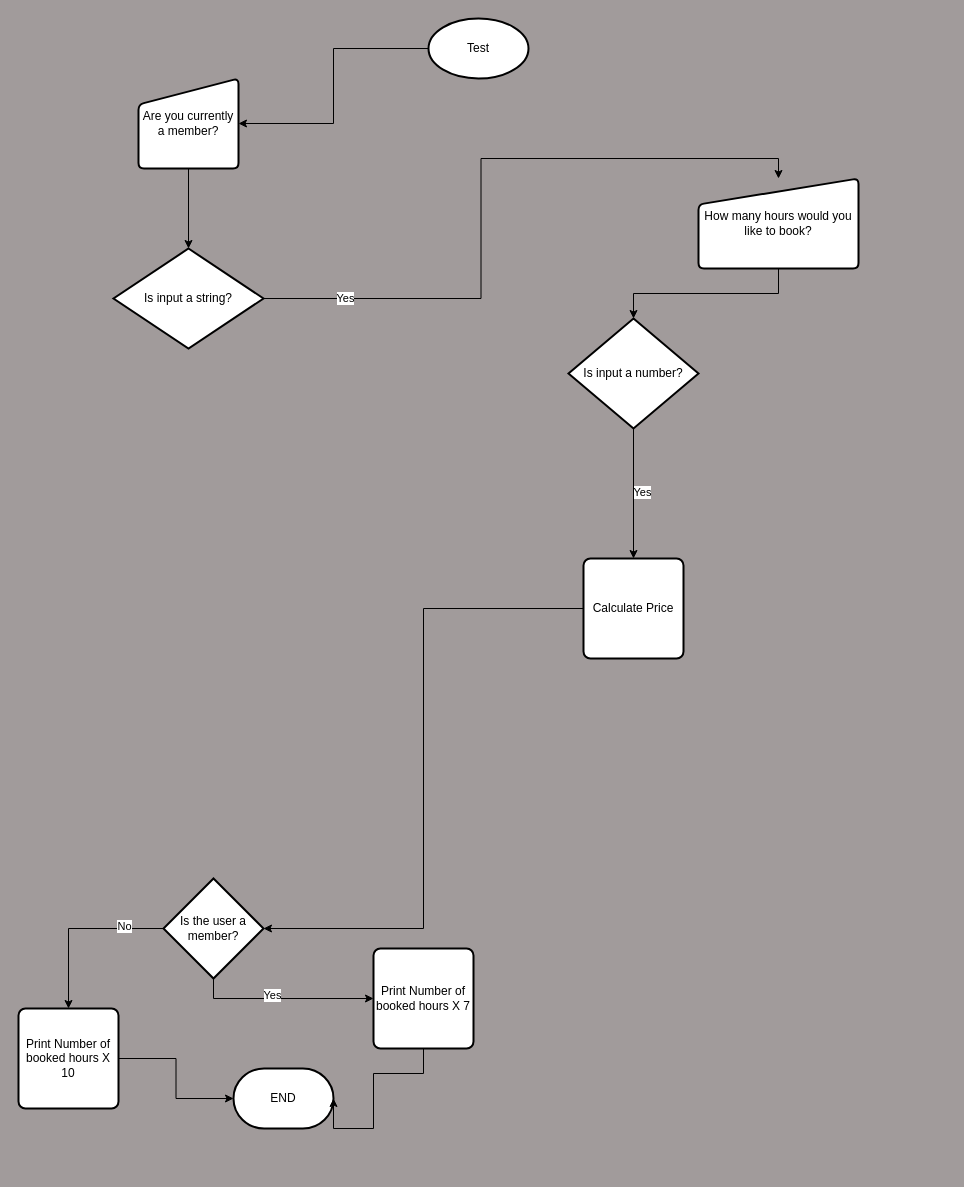
This is Flowchart.drawio from YeshaiahB/Mini-Mock-Community-Centre-Hall, a draw.io file, before an edit. Source tidied: cells renumbered, new cells numbered last; positions are measured from the earlier drawing's top-left corner, leaving out a move shared by most shapes. Both pictures are drawn from the tidied source at 100%, with x=0, y=0 at pixel (18, 18).
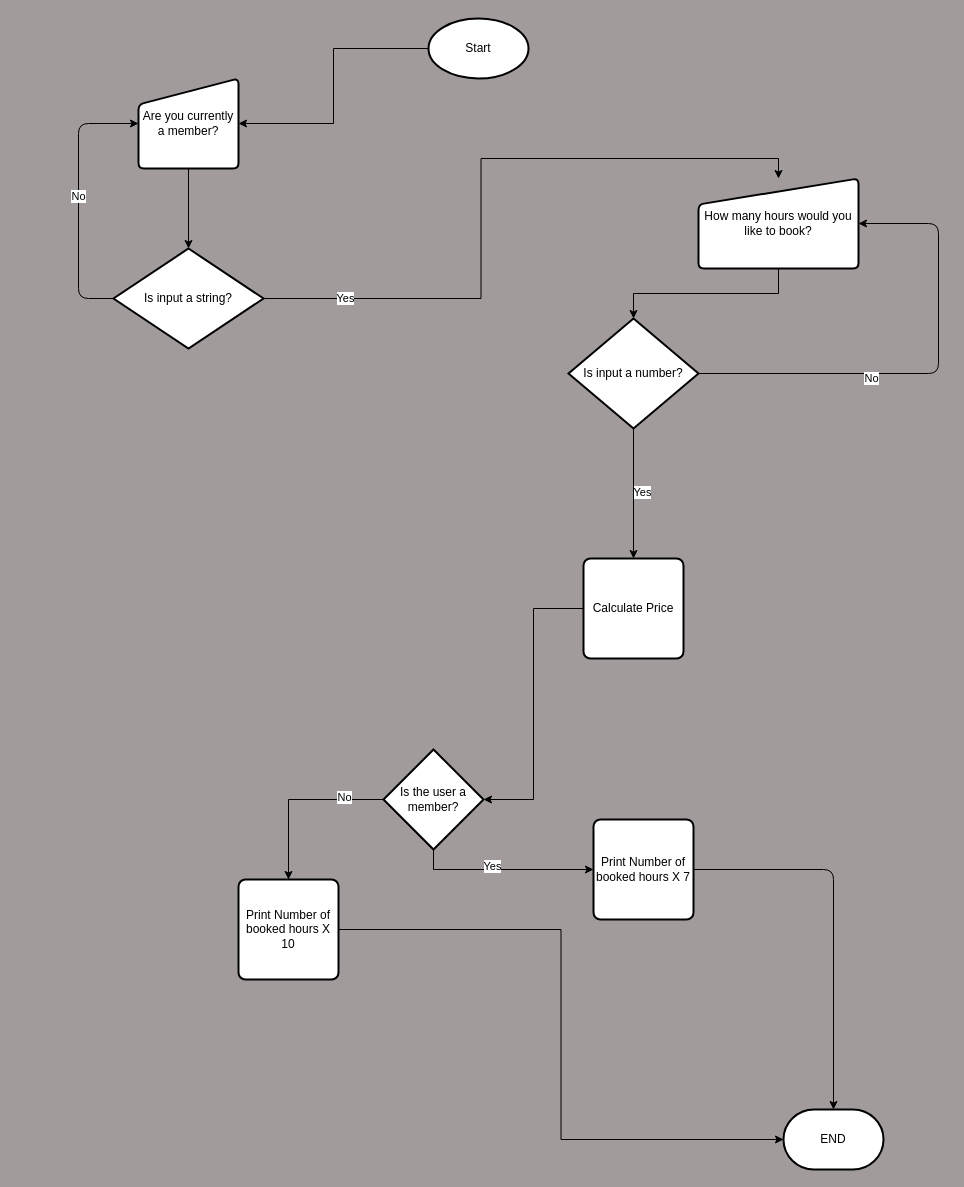
After the change.

Commit message:
Flowchart Complete

The change refers to these unchanged cells:
```xml
<mxCell id="4" value="Are you currently a member?" style="html=1;strokeWidth=2;shape=manualInput;whiteSpace=wrap;rounded=1;size=26;arcSize=11;" parent="1" vertex="1">
  <mxGeometry x="120" y="60" width="100" height="90" as="geometry" />
</mxCell>
<mxCell id="6" value="How many hours would you like to book?" style="html=1;strokeWidth=2;shape=manualInput;whiteSpace=wrap;rounded=1;size=26;arcSize=11;" parent="1" vertex="1">
  <mxGeometry x="680" y="160" width="160" height="90" as="geometry" />
</mxCell>
<mxCell id="9" value="Is input a string?" style="strokeWidth=2;html=1;shape=mxgraph.flowchart.decision;whiteSpace=wrap;" parent="1" vertex="1">
  <mxGeometry x="95" y="230" width="150" height="100" as="geometry" />
</mxCell>
<mxCell id="13" value="Is input a number?" style="strokeWidth=2;html=1;shape=mxgraph.flowchart.decision;whiteSpace=wrap;" parent="1" vertex="1">
  <mxGeometry x="550" y="300" width="130" height="110" as="geometry" />
</mxCell>
```

The edit, as a diff of the source:
```diff
@@
-    <mxCell id="3" value="Test" style="strokeWidth=2;html=1;shape=mxgraph.flowchart.start_1;whiteSpace=wrap;" parent="1" vertex="1">
+    <mxCell id="3" value="Start" style="strokeWidth=2;html=1;shape=mxgraph.flowchart.start_1;whiteSpace=wrap;" parent="1" vertex="1">
       <mxGeometry x="410" width="100" height="60" as="geometry" />
     </mxCell>
@@
+    <mxCell id="26" style="edgeStyle=orthogonalEdgeStyle;html=1;entryX=0;entryY=0.5;entryDx=0;entryDy=0;exitX=0;exitY=0.5;exitDx=0;exitDy=0;exitPerimeter=0;" parent="1" edge="1" source="9" target="4">
+      <mxGeometry relative="1" as="geometry">
+        <Array as="points">
+          <mxPoint x="60" y="280" />
+          <mxPoint x="60" y="105" />
+        </Array>
+      </mxGeometry>
+    </mxCell>
+    <mxCell id="27" value="No" style="edgeLabel;html=1;align=center;verticalAlign=middle;" parent="26" vertex="1">
+      <mxGeometry x="0.02" y="1" relative="1" as="geometry" />
+    </mxCell>
@@
+    <mxCell id="28" style="edgeStyle=orthogonalEdgeStyle;html=1;entryX=1;entryY=0.5;entryDx=0;entryDy=0;" parent="1" edge="1" source="13" target="6">
+      <mxGeometry relative="1" as="geometry">
+        <Array as="points">
+          <mxPoint x="920" y="355" />
+          <mxPoint x="920" y="205" />
+        </Array>
+      </mxGeometry>
+    </mxCell>
+    <mxCell id="29" value="No" style="edgeLabel;html=1;align=center;verticalAlign=middle;" parent="28" vertex="1">
+      <mxGeometry x="-0.27" y="-4" relative="1" as="geometry" />
+    </mxCell>
@@
     <mxCell id="19" value="Is the user a member?" style="strokeWidth=2;html=1;shape=mxgraph.flowchart.decision;whiteSpace=wrap;" parent="1" vertex="1">
-      <mxGeometry x="145" y="860" width="100" height="100" as="geometry" />
+      <mxGeometry x="365" y="731" width="100" height="100" as="geometry" />
     </mxCell>
@@
     <mxCell id="21" value="Print Number of booked hours X 7" style="rounded=1;whiteSpace=wrap;html=1;absoluteArcSize=1;arcSize=14;strokeWidth=2;" parent="1" vertex="1">
-      <mxGeometry x="355" y="930" width="100" height="100" as="geometry" />
+      <mxGeometry x="575" y="801" width="100" height="100" as="geometry" />
     </mxCell>
     <mxCell id="22" value="Print Number of booked hours X 10" style="rounded=1;whiteSpace=wrap;html=1;absoluteArcSize=1;arcSize=14;strokeWidth=2;" parent="1" vertex="1">
-      <mxGeometry y="990" width="100" height="100" as="geometry" />
+      <mxGeometry x="220" y="861" width="100" height="100" as="geometry" />
     </mxCell>
     <mxCell id="23" value="END" style="strokeWidth=2;html=1;shape=mxgraph.flowchart.terminator;whiteSpace=wrap;" parent="1" vertex="1">
-      <mxGeometry x="215" y="1050" width="100" height="60" as="geometry" />
+      <mxGeometry x="765" y="1091" width="100" height="60" as="geometry" />
     </mxCell>
+    <mxCell id="25" style="edgeStyle=orthogonalEdgeStyle;rounded=0;jettySize=auto;html=1;entryX=0;entryY=0.5;entryDx=0;entryDy=0;entryPerimeter=0;" parent="1" edge="1" source="22" target="23">
+      <mxGeometry relative="1" as="geometry" />
+    </mxCell>
-    <mxCell id="24" style="edgeStyle=orthogonalEdgeStyle;rounded=0;jettySize=auto;html=1;entryX=1;entryY=0.5;entryDx=0;entryDy=0;entryPerimeter=0;" parent="1" edge="1" source="21" target="23">
-      <mxGeometry relative="1" as="geometry">
-        <Array as="points">
-          <mxPoint x="405" y="1055" />
-          <mxPoint x="355" y="1055" />
-          <mxPoint x="355" y="1110" />
-        </Array>
-      </mxGeometry>
+    <mxCell id="24" style="edgeStyle=orthogonalEdgeStyle;html=1;entryX=0.5;entryY=0;entryDx=0;entryDy=0;entryPerimeter=0;" parent="1" edge="1" source="21" target="23">
+      <mxGeometry relative="1" as="geometry" />
     </mxCell>
-    <mxCell id="25" style="edgeStyle=orthogonalEdgeStyle;rounded=0;jettySize=auto;html=1;entryX=0;entryY=0.5;entryDx=0;entryDy=0;entryPerimeter=0;" parent="1" edge="1" source="22" target="23">
-      <mxGeometry relative="1" as="geometry" />
-    </mxCell>
```
